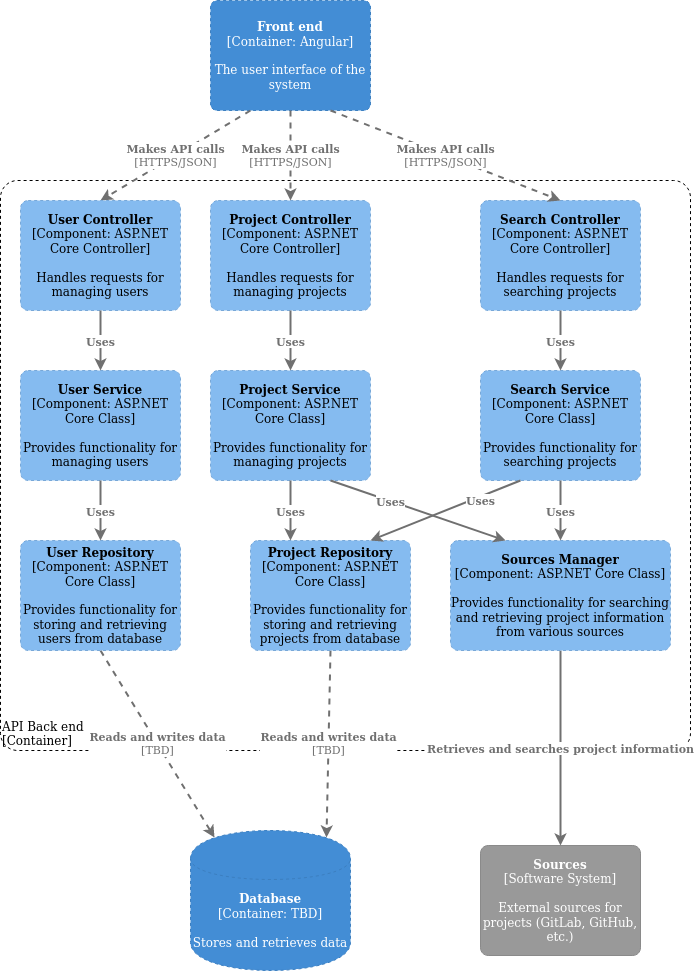
Earlier version of the draw.io export images/architecture/C3.png (aintabb/dex-backend-wiki). Source tidied: cells renumbered, new cells last; positions are measured from the earlier drawing's top-left corner, leaving out a move shared by most shapes.
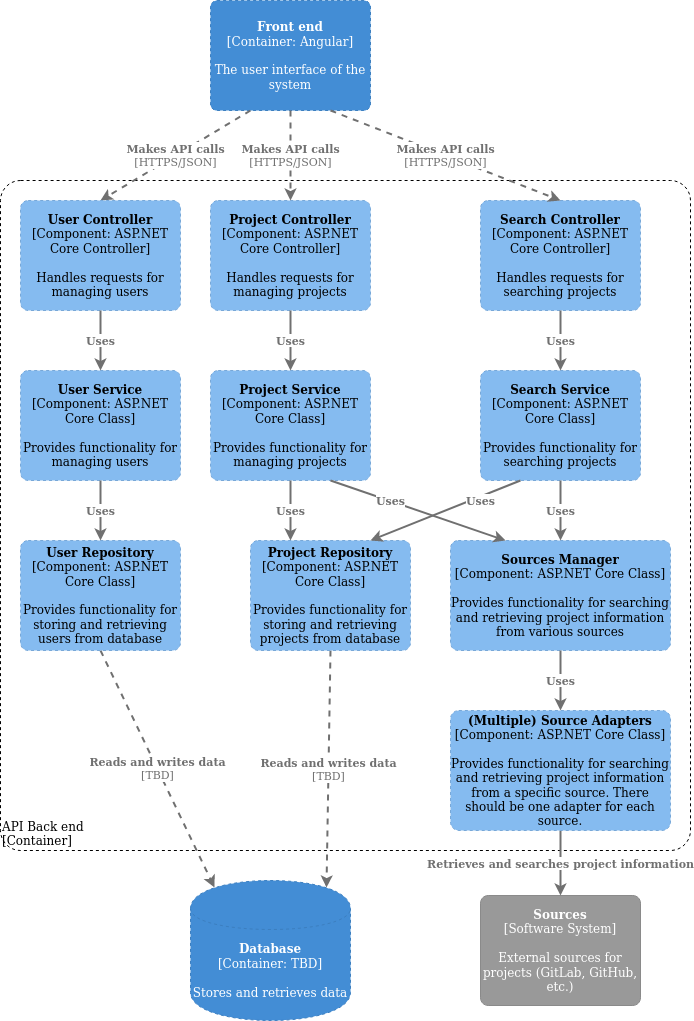
After the commit.

The edit, as a diff of the source:
```diff
@@ -4,12 +4,12 @@
     <mxCell id="1" parent="0" />
     <object id="2" label="&lt;b&gt;Sources&lt;/b&gt;&lt;div&gt;[Software System]&lt;/div&gt;&lt;div&gt;&lt;br&gt;&lt;/div&gt;&lt;div&gt;External sources for projects (GitLab, GitHub, etc.)&lt;br&gt;&lt;/div&gt;" c4Description="Description" c4Name="name" c4Type="SoftwareSystemDependency" placeholders="1">
       <mxCell style="rounded=1;whiteSpace=wrap;html=1;labelBackgroundColor=none;fillColor=#999999;fontColor=#ffffff;align=center;arcSize=7;strokeColor=#8a8a8a;" parent="1" vertex="1">
-        <mxGeometry x="480" y="845" width="160" height="110" as="geometry" />
+        <mxGeometry x="480" y="895" width="160" height="110" as="geometry" />
       </mxCell>
     </object>
     <object id="3" label="&lt;div style=&quot;text-align: left&quot;&gt;API Back end&lt;br&gt;&lt;/div&gt;&lt;div style=&quot;text-align: left&quot;&gt;[Container]&lt;/div&gt;" c4Application="applicationAndVersion" c4Name="name" c4Type="ExecutionEnvironment" placeholders="1">
       <mxCell style="rounded=1;whiteSpace=wrap;html=1;labelBackgroundColor=none;fillColor=#ffffff;fontColor=#000000;align=left;arcSize=3;strokeColor=#000000;verticalAlign=bottom;dashed=1;" parent="1" vertex="1">
-        <mxGeometry y="180" width="690" height="570" as="geometry" />
+        <mxGeometry y="180" width="690" height="670" as="geometry" />
       </mxCell>
     </object>
     <object id="4" label="&lt;span&gt;&lt;b&gt;Front end&lt;/b&gt;&lt;/span&gt;&lt;div&gt;[Container: Angular&lt;span&gt;]&lt;/span&gt;&lt;/div&gt;&lt;div&gt;&lt;br&gt;&lt;/div&gt;&lt;div&gt;The user interface of the system&lt;br&gt;&lt;/div&gt;" c4Description="Description" c4Name="name" c4Technology="technology" c4Type="Container" placeholders="1">
@@ -19,7 +19,7 @@
     </object>
     <object id="5" label="&lt;b&gt;&lt;span&gt;Database&lt;/span&gt;&lt;/b&gt;&lt;div&gt;[Container: TBD]&lt;/div&gt;&lt;div&gt;&lt;br&gt;&lt;/div&gt;&lt;div&gt;Stores and retrieves data&lt;br&gt;&lt;/div&gt;" c4Description="Description" c4Technology="technology" c4Type="Database" placeholders="1">
       <mxCell style="shape=cylinder;whiteSpace=wrap;html=1;boundedLbl=1;rounded=0;labelBackgroundColor=none;fillColor=#438dd5;fontSize=12;fontColor=#ffffff;align=center;strokeColor=#3c7fc0;dashed=1;" parent="1" vertex="1">
-        <mxGeometry x="190" y="830" width="160" height="140" as="geometry" />
+        <mxGeometry x="190" y="880" width="160" height="140" as="geometry" />
       </mxCell>
     </object>
     <mxCell id="6" value="&lt;div style=&quot;text-align: left&quot;&gt;&lt;div style=&quot;text-align: center&quot;&gt;&lt;b&gt;Makes API calls&lt;br&gt;&lt;/b&gt;&lt;/div&gt;&lt;div style=&quot;text-align: center&quot;&gt;[HTTPS/JSON]&lt;/div&gt;&lt;/div&gt;" style="edgeStyle=none;rounded=0;html=1;entryX=0.5;entryY=0;jettySize=auto;strokeColor=#707070;strokeWidth=2;fontColor=#707070;jumpStyle=none;dashed=1;startArrow=none;startFill=0;entryDx=0;entryDy=0;exitX=0.25;exitY=1;exitDx=0;exitDy=0;" parent="1" edge="1" source="4" target="9">
@@ -28,7 +28,7 @@
     <mxCell id="7" value="&lt;div style=&quot;text-align: left&quot;&gt;&lt;div style=&quot;text-align: center&quot;&gt;&lt;b&gt;Reads and writes data&lt;br&gt;&lt;/b&gt;&lt;/div&gt;&lt;div style=&quot;text-align: center&quot;&gt;[TBD]&lt;/div&gt;&lt;/div&gt;" style="edgeStyle=none;rounded=0;html=1;entryX=0.15;entryY=0.05;jettySize=auto;strokeColor=#707070;strokeWidth=2;fontColor=#707070;jumpStyle=none;dashed=1;startArrow=none;startFill=0;entryDx=0;entryDy=0;exitX=0.5;exitY=1;exitDx=0;exitDy=0;entryPerimeter=0;" parent="1" edge="1" source="12" target="5">
       <mxGeometry relative="1" as="geometry" />
     </mxCell>
-    <mxCell id="8" value="&lt;div style=&quot;text-align: left&quot;&gt;&lt;div style=&quot;text-align: center&quot;&gt;&lt;b&gt;Retrieves and searches project information&lt;br&gt;&lt;/b&gt;&lt;/div&gt;&lt;/div&gt;" style="edgeStyle=none;rounded=0;html=1;entryX=0.5;entryY=0;jettySize=auto;strokeColor=#707070;strokeWidth=2;fontColor=#707070;jumpStyle=none;entryDx=0;entryDy=0;exitX=0.5;exitY=1;exitDx=0;exitDy=0;" parent="1" edge="1" source="23" target="2">
+    <mxCell id="8" value="&lt;div style=&quot;text-align: left&quot;&gt;&lt;div style=&quot;text-align: center&quot;&gt;&lt;b&gt;Retrieves and searches project information&lt;br&gt;&lt;/b&gt;&lt;/div&gt;&lt;/div&gt;" style="edgeStyle=none;rounded=0;html=1;entryX=0.5;entryY=0;jettySize=auto;strokeColor=#707070;strokeWidth=2;fontColor=#707070;jumpStyle=none;entryDx=0;entryDy=0;exitX=0.5;exitY=1;exitDx=0;exitDy=0;" parent="1" edge="1" source="29" target="2">
       <mxGeometry relative="1" as="geometry" />
     </mxCell>
     <object id="9" label="&lt;span&gt;&lt;b&gt;User Controller&lt;br&gt;&lt;/b&gt;&lt;/span&gt;&lt;div&gt;[Component: ASP.NET Core Controller&lt;span&gt;]&lt;/span&gt;&lt;/div&gt;&lt;div&gt;&lt;br&gt;&lt;/div&gt;&lt;div&gt;Handles requests for managing users&lt;br&gt;&lt;/div&gt;" c4Description="Description" c4Name="name" c4Technology="technology" c4Type="Component" placeholders="1">
@@ -111,5 +111,13 @@
     <mxCell id="28" value="&lt;div style=&quot;text-align: left&quot;&gt;&lt;div style=&quot;text-align: center&quot;&gt;&lt;b&gt;Makes API calls&lt;br&gt;&lt;/b&gt;&lt;/div&gt;&lt;div style=&quot;text-align: center&quot;&gt;[HTTPS/JSON]&lt;/div&gt;&lt;/div&gt;" style="edgeStyle=none;rounded=0;html=1;entryX=0.5;entryY=0;jettySize=auto;strokeColor=#707070;strokeWidth=2;fontColor=#707070;jumpStyle=none;dashed=1;startArrow=none;startFill=0;entryDx=0;entryDy=0;exitX=0.75;exitY=1;exitDx=0;exitDy=0;" parent="1" edge="1" source="4" target="20">
       <mxGeometry relative="1" as="geometry" />
     </mxCell>
+    <object id="29" label="&lt;span&gt;&lt;b&gt;(Multiple) Source Adapters&lt;br&gt;&lt;/b&gt;&lt;/span&gt;&lt;div&gt;[Component: ASP.NET Core Class&lt;span&gt;]&lt;/span&gt;&lt;/div&gt;&lt;div&gt;&lt;span&gt;&lt;br&gt;&lt;/span&gt;&lt;/div&gt;&lt;div&gt;Provides functionality for searching and retrieving project information from a specific source. There should be one adapter for each source.&lt;br&gt;&lt;/div&gt;" c4Description="Description" c4Name="name" c4Technology="technology" c4Type="Component" placeholders="1">
+      <mxCell style="rounded=1;whiteSpace=wrap;html=1;labelBackgroundColor=none;fillColor=#85bbf0;fontColor=#000000;align=center;arcSize=7;strokeColor=#78a8d8;dashed=1;" parent="1" vertex="1">
+        <mxGeometry x="450" y="710" width="220" height="120" as="geometry" />
+      </mxCell>
+    </object>
+    <mxCell id="30" value="&lt;div style=&quot;text-align: left&quot;&gt;&lt;div style=&quot;text-align: center&quot;&gt;&lt;b&gt;Uses&lt;/b&gt;&lt;/div&gt;&lt;/div&gt;" style="edgeStyle=none;rounded=0;html=1;jettySize=auto;strokeColor=#707070;strokeWidth=2;fontColor=#707070;jumpStyle=none;startArrow=none;startFill=0;exitX=0.5;exitY=1;exitDx=0;exitDy=0;entryX=0.5;entryY=0;entryDx=0;entryDy=0;" parent="1" edge="1" source="23" target="29">
+      <mxGeometry relative="1" as="geometry" />
+    </mxCell>
   </root>
 </mxGraphModel>
```
